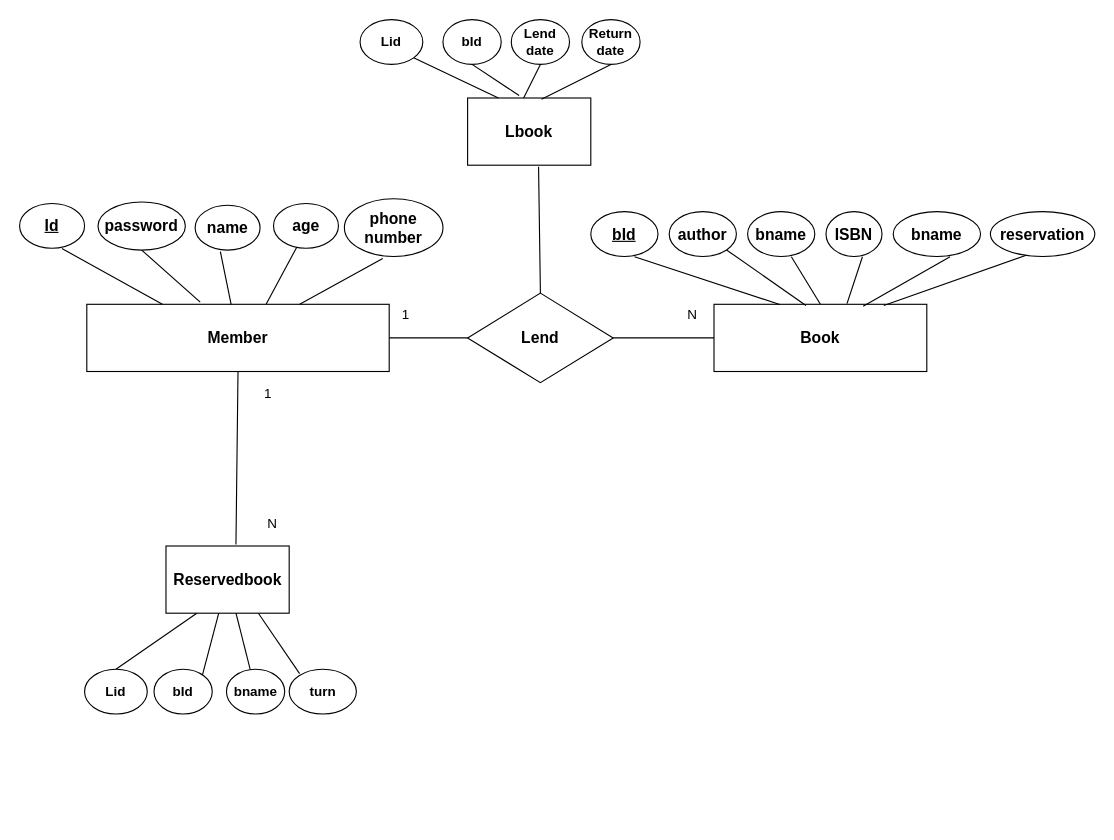
Above: Untitled Diagram.drawio in KIMJINOH97/Project1 (draw.io), before the change. Source tidied: cells renumbered, new cells numbered last; positions are measured from the earlier drawing's top-left corner, leaving out a move shared by most shapes. Both pictures are drawn from the tidied source at 112%, with x=0, y=0 at pixel (19, 19).
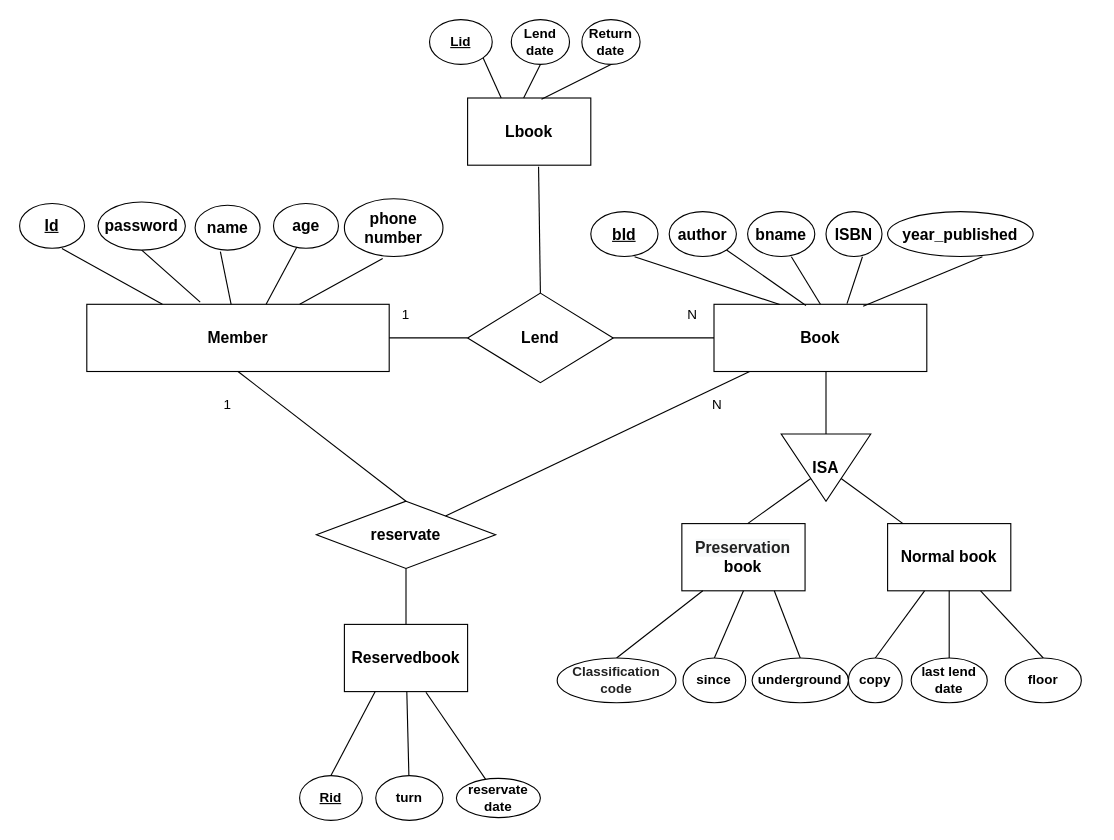
After the change.

Unchanged cells that the change refers to:
```xml
<mxCell id="2" value="&lt;span style=&quot;font-size: 14px&quot;&gt;&lt;b&gt;Member&lt;/b&gt;&lt;/span&gt;" style="rounded=0;whiteSpace=wrap;html=1;" parent="1" vertex="1">
  <mxGeometry x="60" y="254.2" width="270" height="60" as="geometry" />
</mxCell>
<mxCell id="16" value="&lt;span style=&quot;font-size: 14px&quot;&gt;&lt;b&gt;Book&lt;/b&gt;&lt;/span&gt;" style="rounded=0;whiteSpace=wrap;html=1;" parent="1" vertex="1">
  <mxGeometry x="620" y="254.2" width="190" height="60" as="geometry" />
</mxCell>
<mxCell id="32" value="&lt;font style=&quot;font-size: 14px&quot;&gt;&lt;b&gt;Lbook&lt;/b&gt;&lt;/font&gt;" style="rounded=0;whiteSpace=wrap;html=1;" parent="1" vertex="1">
  <mxGeometry x="400" y="70" width="110" height="60" as="geometry" />
</mxCell>
```

Change to the diagram source:
```diff
@@
-    <mxCell id="28" value="&lt;span style=&quot;font-size: 14px&quot;&gt;&lt;b&gt;bname&lt;/b&gt;&lt;/span&gt;" style="ellipse;whiteSpace=wrap;html=1;" parent="1" vertex="1">
-      <mxGeometry x="780" y="171.5" width="78" height="40" as="geometry" />
+    <mxCell id="28" value="&lt;span style=&quot;font-size: 14px&quot;&gt;&lt;b&gt;year_published&lt;/b&gt;&lt;/span&gt;" style="ellipse;whiteSpace=wrap;html=1;" parent="1" vertex="1">
+      <mxGeometry x="775" y="171.5" width="130" height="40" as="geometry" />
     </mxCell>
-    <mxCell id="29" style="endArrow=none;html=1;entryX=0.343;entryY=0.974;entryDx=0;entryDy=0;entryPerimeter=0;exitX=0.798;exitY=0.017;exitDx=0;exitDy=0;exitPerimeter=0;" parent="1" edge="1" source="16" target="30">
-      <mxGeometry relative="1" as="geometry" />
-    </mxCell>
-    <mxCell id="30" value="&lt;span style=&quot;font-size: 14px&quot;&gt;&lt;b&gt;reservation&lt;br&gt;&lt;/b&gt;&lt;/span&gt;" style="ellipse;whiteSpace=wrap;html=1;" parent="1" vertex="1">
-      <mxGeometry x="866.8" y="171.5" width="93.2" height="40" as="geometry" />
-    </mxCell>
@@
-    <mxCell id="33" style="endArrow=none;html=1;exitX=0.25;exitY=0;exitDx=0;exitDy=0;entryX=1;entryY=1;entryDx=0;entryDy=0;" parent="1" edge="1" source="32" target="34">
-      <mxGeometry relative="1" as="geometry" />
+    <mxCell id="33" style="endArrow=none;html=1;exitX=0.25;exitY=0;exitDx=0;exitDy=0;entryX=1;entryY=1;entryDx=0;entryDy=0;" parent="1" edge="1" target="34">
+      <mxGeometry relative="1" as="geometry">
+        <mxPoint x="430" y="70" as="sourcePoint" />
+      </mxGeometry>
     </mxCell>
-    <mxCell id="34" value="&lt;b&gt;Lid&lt;/b&gt;" style="ellipse;whiteSpace=wrap;html=1;" parent="1" vertex="1">
-      <mxGeometry x="304" width="56" height="40" as="geometry" />
+    <mxCell id="34" value="&lt;b&gt;&lt;u&gt;Lid&lt;/u&gt;&lt;/b&gt;" style="ellipse;whiteSpace=wrap;html=1;" parent="1" vertex="1">
+      <mxGeometry x="366" width="56" height="40" as="geometry" />
     </mxCell>
-    <mxCell id="35" style="endArrow=none;html=1;exitX=0.418;exitY=-0.037;exitDx=0;exitDy=0;exitPerimeter=0;entryX=0.5;entryY=1;entryDx=0;entryDy=0;" parent="1" edge="1" source="32" target="36">
-      <mxGeometry relative="1" as="geometry" />
-    </mxCell>
-    <mxCell id="36" value="&lt;b&gt;bId&lt;/b&gt;" style="ellipse;whiteSpace=wrap;html=1;" parent="1" vertex="1">
-      <mxGeometry x="378" width="52" height="40" as="geometry" />
-    </mxCell>
@@
     <mxCell id="41" value="&lt;span style=&quot;font-size: 14px&quot;&gt;&lt;b&gt;Reservedbook&lt;/b&gt;&lt;/span&gt;" style="rounded=0;whiteSpace=wrap;html=1;" parent="1" vertex="1">
-      <mxGeometry x="130.7" y="470" width="110" height="60" as="geometry" />
+      <mxGeometry x="290" y="540" width="110" height="60" as="geometry" />
     </mxCell>
@@
-    <mxCell id="43" value="&lt;b&gt;Lid&lt;/b&gt;" style="ellipse;whiteSpace=wrap;html=1;" parent="1" vertex="1">
-      <mxGeometry x="58" y="580" width="56" height="40" as="geometry" />
+    <mxCell id="43" value="&lt;b&gt;&lt;u&gt;Rid&lt;/u&gt;&lt;/b&gt;" style="ellipse;whiteSpace=wrap;html=1;" parent="1" vertex="1">
+      <mxGeometry x="250" y="675" width="56" height="40" as="geometry" />
     </mxCell>
-    <mxCell id="44" style="endArrow=none;html=1;exitX=0.418;exitY=-0.037;exitDx=0;exitDy=0;exitPerimeter=0;" parent="1" edge="1" target="41">
-      <mxGeometry relative="1" as="geometry">
-        <mxPoint x="162" y="590" as="sourcePoint" />
-      </mxGeometry>
-    </mxCell>
-    <mxCell id="45" value="&lt;b&gt;bId&lt;/b&gt;" style="ellipse;whiteSpace=wrap;html=1;" parent="1" vertex="1">
-      <mxGeometry x="120" y="580" width="52" height="40" as="geometry" />
-    </mxCell>
-    <mxCell id="46" style="endArrow=none;html=1;" parent="1" edge="1" source="47" target="41">
-      <mxGeometry relative="1" as="geometry" />
-    </mxCell>
-    <mxCell id="47" value="&lt;b&gt;bname&lt;/b&gt;" style="ellipse;whiteSpace=wrap;html=1;" parent="1" vertex="1">
-      <mxGeometry x="184.7" y="580" width="52" height="40" as="geometry" />
-    </mxCell>
-    <mxCell id="48" style="endArrow=none;html=1;entryX=0.75;entryY=1;entryDx=0;entryDy=0;" parent="1" edge="1" target="41">
-      <mxGeometry relative="1" as="geometry">
-        <mxPoint x="250" y="584" as="sourcePoint" />
-      </mxGeometry>
+    <mxCell id="48" style="endArrow=none;html=1;" parent="1" edge="1" source="52" target="41">
+      <mxGeometry relative="1" as="geometry" />
     </mxCell>
-    <mxCell id="49" style="endArrow=none;html=1;entryX=0.5;entryY=1;entryDx=0;entryDy=0;exitX=0.568;exitY=-0.023;exitDx=0;exitDy=0;exitPerimeter=0;" parent="1" edge="1" source="41" target="2">
+    <mxCell id="49" style="endArrow=none;html=1;entryX=0.5;entryY=1;entryDx=0;entryDy=0;exitX=0.5;exitY=0;exitDx=0;exitDy=0;" parent="1" edge="1" source="63" target="2">
       <mxGeometry relative="1" as="geometry" />
     </mxCell>
     <mxCell id="50" value="1" style="text;html=1;strokeColor=none;fillColor=none;align=center;verticalAlign=middle;whiteSpace=wrap;rounded=0;" parent="1" vertex="1">
-      <mxGeometry x="210.7" y="324.2" width="22" height="20" as="geometry" />
+      <mxGeometry x="174.7" y="334.2" width="22" height="20" as="geometry" />
     </mxCell>
     <mxCell id="51" value="N" style="text;html=1;strokeColor=none;fillColor=none;align=center;verticalAlign=middle;whiteSpace=wrap;rounded=0;" parent="1" vertex="1">
-      <mxGeometry x="214.7" y="440" width="22" height="20" as="geometry" />
+      <mxGeometry x="612" y="334.2" width="22" height="20" as="geometry" />
     </mxCell>
     <mxCell id="52" value="&lt;b&gt;turn&lt;/b&gt;" style="ellipse;whiteSpace=wrap;html=1;" parent="1" vertex="1">
-      <mxGeometry x="240.7" y="580" width="60" height="40" as="geometry" />
+      <mxGeometry x="318" y="675" width="60" height="40" as="geometry" />
     </mxCell>
+    <mxCell id="53" value="&lt;b&gt;&lt;font style=&quot;font-size: 14px&quot;&gt;ISA&lt;/font&gt;&lt;/b&gt;" style="triangle;whiteSpace=wrap;html=1;direction=south;" parent="1" vertex="1">
+      <mxGeometry x="680" y="370" width="80" height="60" as="geometry" />
+    </mxCell>
+    <mxCell id="54" style="endArrow=none;html=1;exitX=0;exitY=0.5;exitDx=0;exitDy=0;" parent="1" edge="1" source="53">
+      <mxGeometry relative="1" as="geometry">
+        <mxPoint x="720" y="314.2" as="targetPoint" />
+      </mxGeometry>
+    </mxCell>
+    <mxCell id="55" value="&lt;font style=&quot;font-size: 14px&quot;&gt;&lt;b&gt;&lt;span style=&quot;color: rgba(0 , 0 , 0 , 0.87) ; font-family: &amp;#34;apple sd gothic neo&amp;#34; , &amp;#34;arial&amp;#34; , sans-serif ; font-style: normal ; letter-spacing: normal ; text-align: left ; text-indent: 0px ; text-transform: none ; word-spacing: 0px ; background-color: rgb(248 , 249 , 250) ; display: inline ; float: none&quot;&gt;Preservation&lt;br&gt;&lt;/span&gt;book&lt;/b&gt;&lt;/font&gt;" style="rounded=0;whiteSpace=wrap;html=1;" parent="1" vertex="1">
+      <mxGeometry x="591.3" y="450" width="110" height="60" as="geometry" />
+    </mxCell>
+    <mxCell id="56" style="endArrow=none;html=1;exitX=0.5;exitY=0;exitDx=0;exitDy=0;entryX=0.5;entryY=1;entryDx=0;entryDy=0;" parent="1" edge="1" source="57" target="55">
+      <mxGeometry relative="1" as="geometry" />
+    </mxCell>
+    <mxCell id="57" value="&lt;b&gt;since&lt;/b&gt;" style="ellipse;whiteSpace=wrap;html=1;" parent="1" vertex="1">
+      <mxGeometry x="592.3" y="570" width="56" height="40" as="geometry" />
+    </mxCell>
+    <mxCell id="58" value="&lt;span style=&quot;font-size: 14px&quot;&gt;&lt;b&gt;Normal book&lt;/b&gt;&lt;/span&gt;" style="rounded=0;whiteSpace=wrap;html=1;" parent="1" vertex="1">
+      <mxGeometry x="775" y="450" width="110" height="60" as="geometry" />
+    </mxCell>
+    <mxCell id="59" style="endArrow=none;html=1;exitX=0.5;exitY=0;exitDx=0;exitDy=0;entryX=0.5;entryY=1;entryDx=0;entryDy=0;" parent="1" edge="1" source="60" target="58">
+      <mxGeometry relative="1" as="geometry" />
+    </mxCell>
+    <mxCell id="60" value="&lt;b&gt;last lend date&lt;br&gt;&lt;/b&gt;" style="ellipse;whiteSpace=wrap;html=1;" parent="1" vertex="1">
+      <mxGeometry x="796" y="570" width="68" height="40" as="geometry" />
+    </mxCell>
+    <mxCell id="61" style="endArrow=none;html=1;" parent="1" edge="1" target="53">
+      <mxGeometry relative="1" as="geometry">
+        <mxPoint x="650" y="450" as="sourcePoint" />
+      </mxGeometry>
+    </mxCell>
+    <mxCell id="62" style="endArrow=none;html=1;" parent="1" edge="1" source="58" target="53">
+      <mxGeometry relative="1" as="geometry" />
+    </mxCell>
+    <mxCell id="63" value="&lt;b&gt;&lt;font style=&quot;font-size: 14px&quot;&gt;reservate&lt;/font&gt;&lt;/b&gt;" style="rhombus;whiteSpace=wrap;html=1;" parent="1" vertex="1">
+      <mxGeometry x="265" y="430" width="160" height="60" as="geometry" />
+    </mxCell>
+    <mxCell id="64" style="endArrow=none;html=1;" parent="1" edge="1" source="63" target="16">
+      <mxGeometry relative="1" as="geometry" />
+    </mxCell>
+    <mxCell id="65" style="endArrow=none;html=1;entryX=0.5;entryY=1;entryDx=0;entryDy=0;" parent="1" edge="1" source="41" target="63">
+      <mxGeometry relative="1" as="geometry" />
+    </mxCell>
+    <mxCell id="66" value="&lt;b&gt;&lt;font style=&quot;font-size: 12px&quot;&gt;reservate&lt;br&gt;date&lt;/font&gt;&lt;/b&gt;" style="ellipse;whiteSpace=wrap;html=1;" parent="1" vertex="1">
+      <mxGeometry x="390" y="677.5" width="75" height="35" as="geometry" />
+    </mxCell>
+    <mxCell id="67" style="endArrow=none;html=1;entryX=0.662;entryY=1.01;entryDx=0;entryDy=0;entryPerimeter=0;" parent="1" edge="1" source="66" target="41">
+      <mxGeometry relative="1" as="geometry" />
+    </mxCell>
+    <mxCell id="68" style="endArrow=none;html=1;exitX=0.5;exitY=0;exitDx=0;exitDy=0;" parent="1" edge="1" source="69" target="58">
+      <mxGeometry relative="1" as="geometry" />
+    </mxCell>
+    <mxCell id="69" value="&lt;b&gt;floor&lt;br&gt;&lt;/b&gt;" style="ellipse;whiteSpace=wrap;html=1;" parent="1" vertex="1">
+      <mxGeometry x="880" y="570" width="68" height="40" as="geometry" />
+    </mxCell>
+    <mxCell id="70" style="endArrow=none;html=1;exitX=0.5;exitY=0;exitDx=0;exitDy=0;" parent="1" edge="1" source="71" target="58">
+      <mxGeometry relative="1" as="geometry" />
+    </mxCell>
+    <mxCell id="71" value="&lt;b&gt;copy&lt;br&gt;&lt;/b&gt;" style="ellipse;whiteSpace=wrap;html=1;" parent="1" vertex="1">
+      <mxGeometry x="740" y="570" width="48" height="40" as="geometry" />
+    </mxCell>
+    <mxCell id="72" style="endArrow=none;html=1;exitX=0.5;exitY=0;exitDx=0;exitDy=0;entryX=0.5;entryY=1;entryDx=0;entryDy=0;" parent="1" edge="1" source="73">
+      <mxGeometry relative="1" as="geometry">
+        <mxPoint x="610" y="510" as="targetPoint" />
+      </mxGeometry>
+    </mxCell>
+    <mxCell id="73" value="&lt;font style=&quot;font-size: 12px&quot;&gt;&lt;span style=&quot;color: rgb(34 , 34 , 34) ; font-family: &amp;#34;apple sd gothic neo&amp;#34; , &amp;#34;arial&amp;#34; , sans-serif ; text-align: left&quot;&gt;&lt;b&gt;Classification code&lt;/b&gt;&lt;/span&gt;&lt;/font&gt;" style="ellipse;whiteSpace=wrap;html=1;" parent="1" vertex="1">
+      <mxGeometry x="480" y="570" width="106" height="40" as="geometry" />
+    </mxCell>
+    <mxCell id="74" style="endArrow=none;html=1;exitX=0.5;exitY=0;exitDx=0;exitDy=0;entryX=0.75;entryY=1;entryDx=0;entryDy=0;" parent="1" edge="1" source="75" target="55">
+      <mxGeometry relative="1" as="geometry" />
+    </mxCell>
+    <mxCell id="75" value="&lt;b&gt;underground&lt;/b&gt;" style="ellipse;whiteSpace=wrap;html=1;" parent="1" vertex="1">
+      <mxGeometry x="654" y="570" width="86" height="40" as="geometry" />
+    </mxCell>
```
